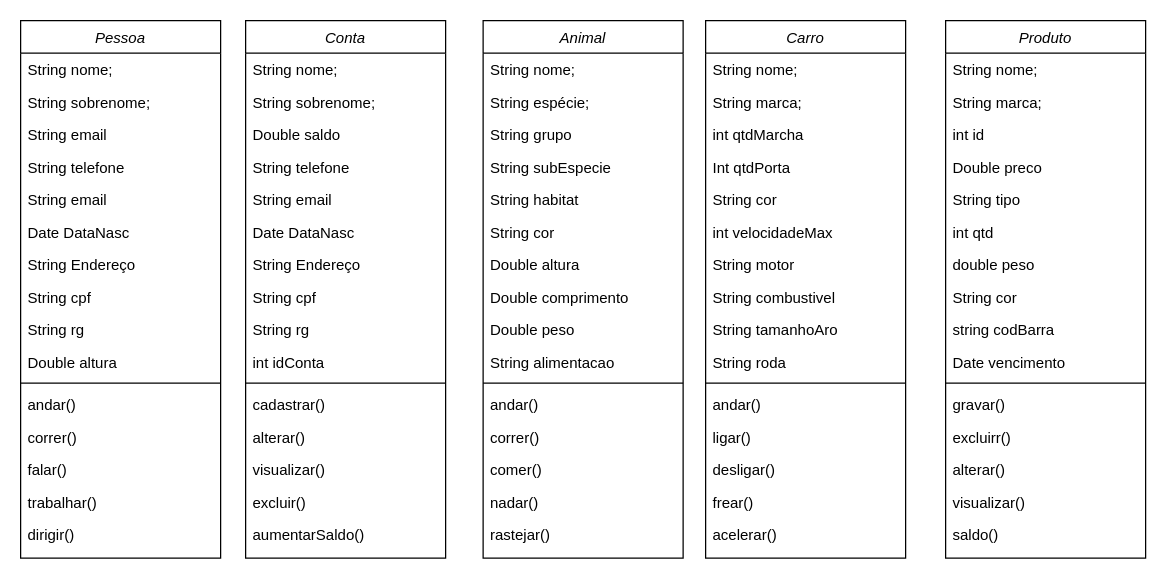
Above: Untitled Diagram.drawio in HenriqueSales10/Diagramas (draw.io), before the change. Source tidied: cells renumbered, new cells numbered last; positions are measured from the earlier drawing's top-left corner, leaving out a move shared by most shapes. Both pictures are drawn from the tidied source at 125%, with x=0, y=0 at pixel (20, 20).
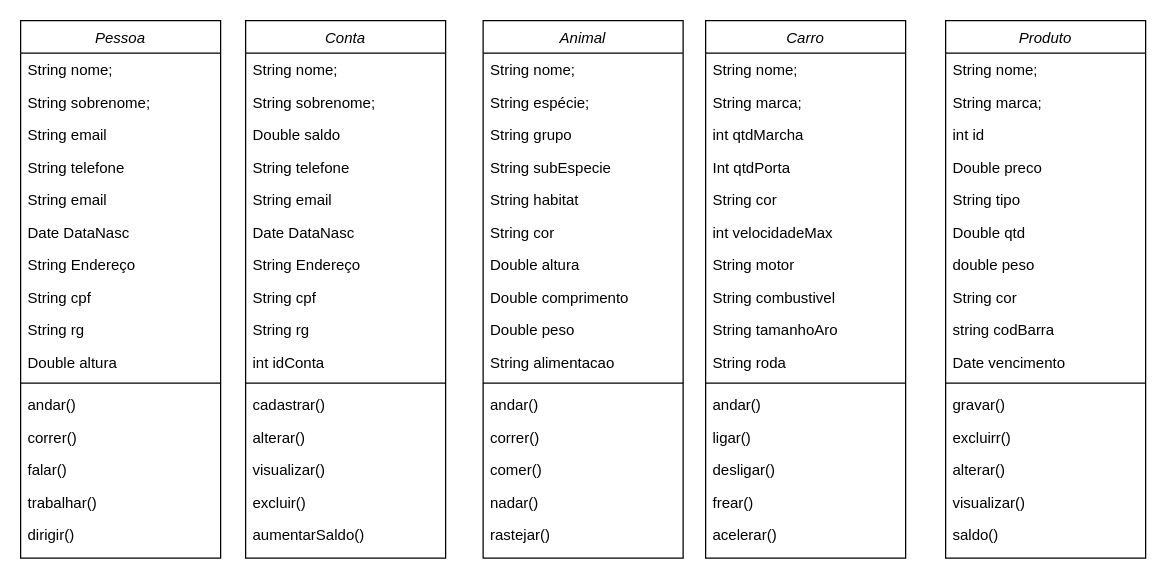
Above is the later version.

The change refers to these unchanged cells:
```xml
<mxCell id="70" value="Produto" style="swimlane;fontStyle=2;align=center;verticalAlign=top;horizontal=1;startSize=26;rounded=0;shadow=0;strokeWidth=1;" parent="1" vertex="1">
  <mxGeometry x="740" width="160" height="430" as="geometry" />
</mxCell>
```

Diff of the diagram source:
```diff
@@
-    <mxCell id="76" value="int qtd" style="text;align=left;verticalAlign=top;spacingLeft=4;spacingRight=4;overflow=hidden;rounded=0;shadow=0;html=0;" parent="70" vertex="1">
+    <mxCell id="76" value="Double qtd" style="text;align=left;verticalAlign=top;spacingLeft=4;spacingRight=4;overflow=hidden;rounded=0;shadow=0;html=0;" parent="70" vertex="1">
       <mxGeometry y="156" width="160" height="26" as="geometry" />
     </mxCell>
```
